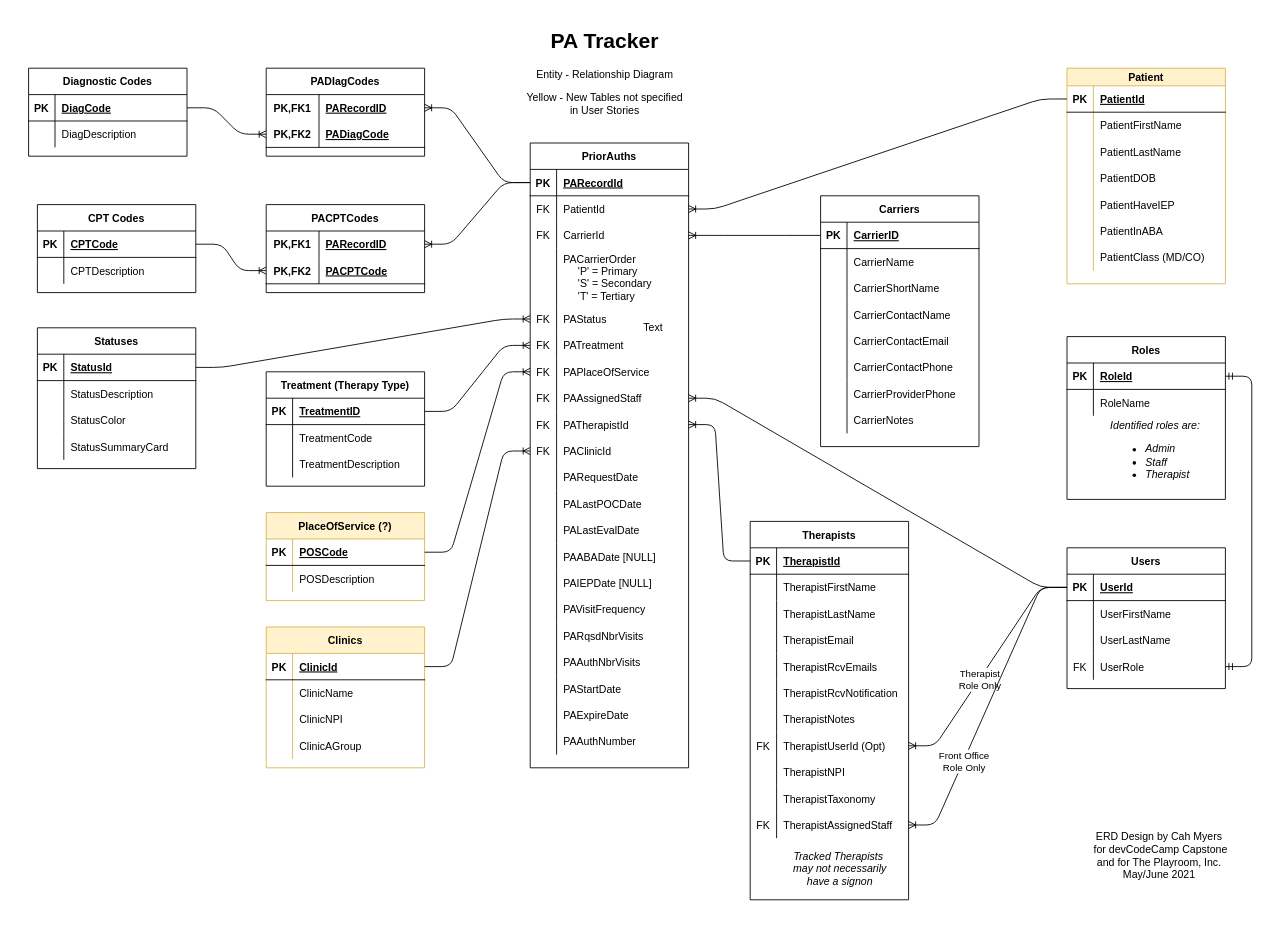
The draw.io diagram PA_Tracker_Db.drawio in cashmy/PA_Backend, before the edit. Source tidied: cells renumbered, new cells numbered last; positions are measured from the earlier drawing's top-left corner, leaving out a move shared by most shapes. Both pictures are drawn from the tidied source at 88%, with x=0, y=0 at pixel (28, 24).
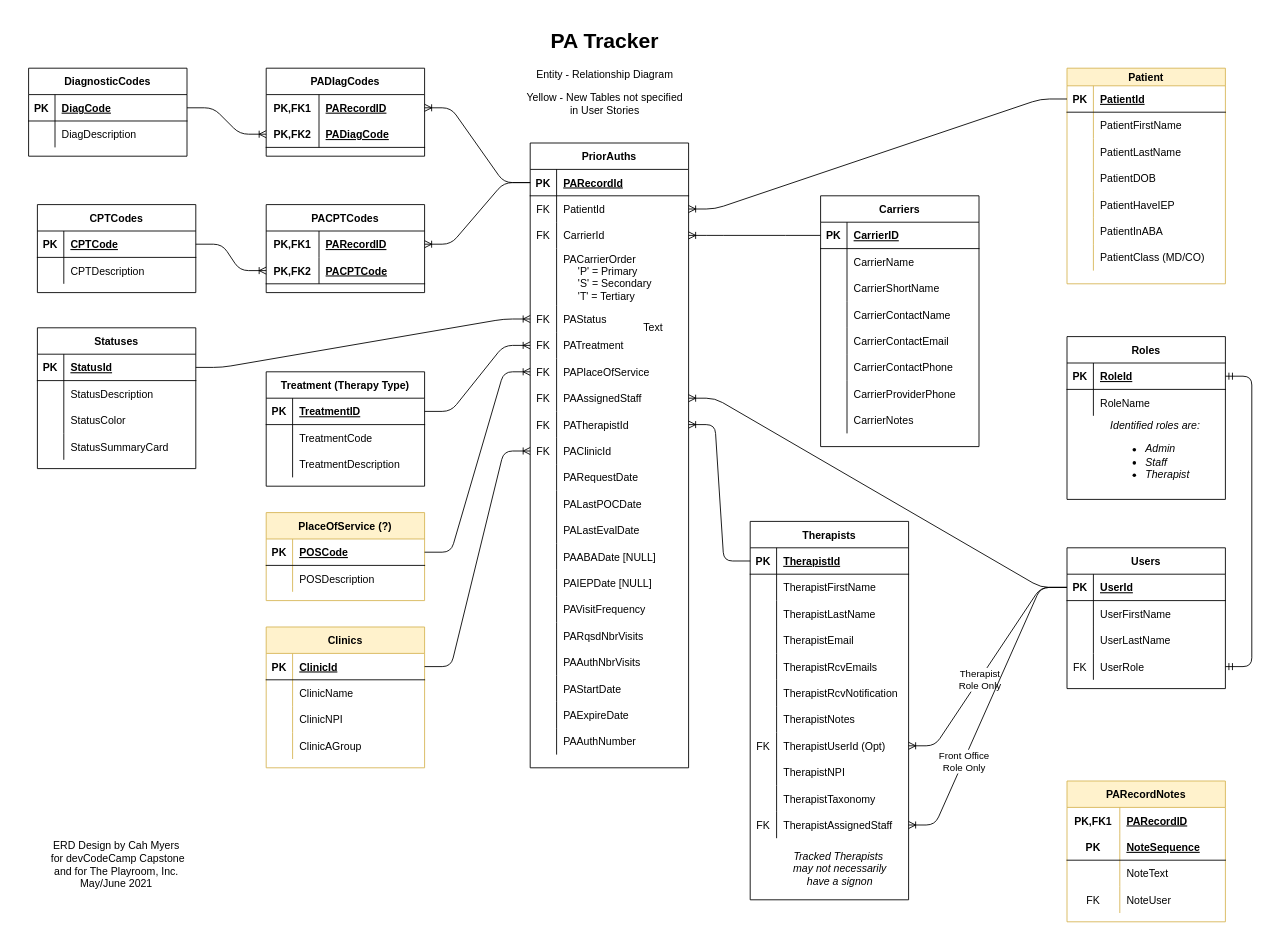
Above is the later version.

What changed in the source:
```diff
@@
-    <mxCell id="2" value="CPT Codes" style="shape=table;startSize=30;childLayout=tableLayout;rowLines=0;fontStyle=1;align=center;" parent="1" vertex="1">
+    <mxCell id="2" value="CPTCodes" style="shape=table;startSize=30;childLayout=tableLayout;rowLines=0;fontStyle=1;align=center;" parent="1" vertex="1">
       <mxGeometry x="10" y="205" width="180" height="100" as="geometry" />
     </mxCell>
@@
-    <mxCell id="9" value="Diagnostic Codes" style="shape=table;startSize=30;childLayout=tableLayout;rowLines=0;fontStyle=1;align=center;" parent="1" vertex="1">
+    <mxCell id="9" value="DiagnosticCodes" style="shape=table;startSize=30;childLayout=tableLayout;rowLines=0;fontStyle=1;align=center;" parent="1" vertex="1">
       <mxGeometry y="50" width="180" height="100" as="geometry" />
     </mxCell>
@@
     <mxCell id="260" value="ERD Design by Cah Myers&lt;br&gt;&amp;nbsp;for devCodeCamp Capstone&lt;br&gt;and for The Playroom, Inc.&lt;br&gt;May/June 2021" style="text;html=1;strokeColor=none;fillColor=none;align=center;verticalAlign=middle;whiteSpace=wrap;rounded=0;" parent="1" vertex="1">
-      <mxGeometry x="1170" y="905" width="230" height="80" as="geometry" />
+      <mxGeometry x="-15" y="915" width="230" height="80" as="geometry" />
     </mxCell>
+    <mxCell id="261" value="PARecordNotes" style="shape=table;startSize=30;childLayout=tableLayout;rowLines=0;fontStyle=1;align=center;fillColor=#fff2cc;strokeColor=#d6b656;" parent="1" vertex="1">
+      <mxGeometry x="1180" y="860" width="180" height="160" as="geometry" />
+    </mxCell>
+    <mxCell id="262" style="shape=partialRectangle;fillColor=none;top=0;left=0;bottom=0;right=0;" parent="261" vertex="1">
+      <mxGeometry y="30" width="180" height="30" as="geometry" />
+    </mxCell>
+    <mxCell id="263" value="PK,FK1" style="shape=partialRectangle;fillColor=none;top=0;left=0;bottom=0;right=0;fontStyle=1;overflow=hidden;" parent="262" vertex="1">
+      <mxGeometry width="60" height="30" as="geometry" />
+    </mxCell>
+    <mxCell id="264" value="PARecordID" style="shape=partialRectangle;fillColor=none;top=0;left=0;bottom=0;right=0;align=left;spacingLeft=6;fontStyle=5;overflow=hidden;" parent="262" vertex="1">
+      <mxGeometry x="60" width="120" height="30" as="geometry" />
+    </mxCell>
+    <mxCell id="265" style="shape=partialRectangle;fillColor=none;top=0;left=0;bottom=1;right=0;" parent="261" vertex="1">
+      <mxGeometry y="60" width="180" height="30" as="geometry" />
+    </mxCell>
+    <mxCell id="266" value="PK" style="shape=partialRectangle;fillColor=none;top=0;left=0;bottom=0;right=0;fontStyle=1;overflow=hidden;" parent="265" vertex="1">
+      <mxGeometry width="60" height="30" as="geometry" />
+    </mxCell>
+    <mxCell id="267" value="NoteSequence" style="shape=partialRectangle;fillColor=none;top=0;left=0;bottom=0;right=0;align=left;spacingLeft=6;fontStyle=5;overflow=hidden;" parent="265" vertex="1">
+      <mxGeometry x="60" width="120" height="30" as="geometry" />
+    </mxCell>
+    <mxCell id="268" style="shape=partialRectangle;fillColor=none;top=0;left=0;bottom=0;right=0;" parent="261" vertex="1">
+      <mxGeometry y="90" width="180" height="30" as="geometry" />
+    </mxCell>
+    <mxCell id="269" style="shape=partialRectangle;fillColor=none;top=0;left=0;bottom=0;right=0;overflow=hidden;" parent="268" vertex="1">
+      <mxGeometry width="60" height="30" as="geometry" />
+    </mxCell>
+    <mxCell id="270" value="NoteText" style="shape=partialRectangle;fillColor=none;top=0;left=0;bottom=0;right=0;align=left;spacingLeft=6;overflow=hidden;" parent="268" vertex="1">
+      <mxGeometry x="60" width="120" height="30" as="geometry" />
+    </mxCell>
+    <mxCell id="271" style="shape=partialRectangle;fillColor=none;top=0;left=0;bottom=0;right=0;" parent="261" vertex="1">
+      <mxGeometry y="120" width="180" height="30" as="geometry" />
+    </mxCell>
+    <mxCell id="272" value="FK" style="shape=partialRectangle;fillColor=none;top=0;left=0;bottom=0;right=0;overflow=hidden;" parent="271" vertex="1">
+      <mxGeometry width="60" height="30" as="geometry" />
+    </mxCell>
+    <mxCell id="273" value="NoteUser" style="shape=partialRectangle;fillColor=none;top=0;left=0;bottom=0;right=0;align=left;spacingLeft=6;overflow=hidden;" parent="271" vertex="1">
+      <mxGeometry x="60" width="120" height="30" as="geometry" />
+    </mxCell>
```
